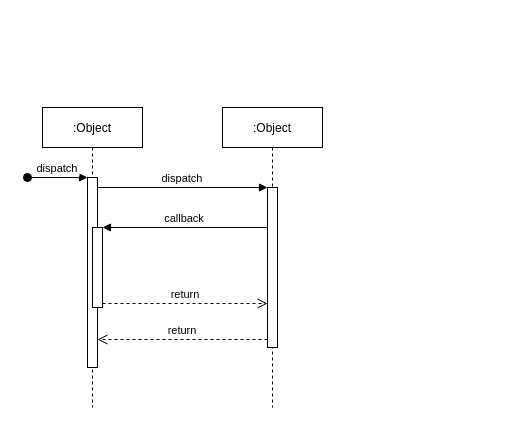
This is Sequence Diagram.drawio from sneekr-a/mental-health-app, a draw.io file, before an edit. Source tidied: cells renumbered, new cells numbered last; positions are measured from the earlier drawing's top-left corner, leaving out a move shared by most shapes. Both pictures are drawn from the tidied source at 100%, with x=0, y=0 at pixel (27, 107).
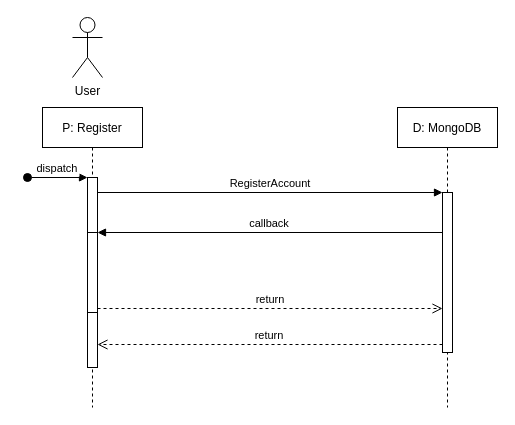
After the change.

Diff of the diagram source:
```diff
@@
 <mxGraphModel>
   <root>
     <mxCell id="0" />
     <mxCell id="1" parent="0" />
-    <mxCell id="2" value=":Object" style="shape=umlLifeline;perimeter=lifelinePerimeter;rounded=0;shadow=0;strokeWidth=1;" parent="1" vertex="1">
+    <mxCell id="2" value="P: Register" style="shape=umlLifeline;perimeter=lifelinePerimeter;rounded=0;shadow=0;strokeWidth=1;" parent="1" vertex="1">
       <mxGeometry x="15" width="100" height="300" as="geometry" />
     </mxCell>
     <mxCell id="3" style="points=[];perimeter=orthogonalPerimeter;rounded=0;shadow=0;strokeWidth=1;" parent="2" vertex="1">
       <mxGeometry x="45" y="70" width="10" height="190" as="geometry" />
     </mxCell>
     <mxCell id="4" value="dispatch" style="verticalAlign=bottom;startArrow=oval;endArrow=block;startSize=8;shadow=0;strokeWidth=1;" parent="2" edge="1" target="3">
       <mxGeometry relative="1" as="geometry">
         <mxPoint x="-15" y="70" as="sourcePoint" />
       </mxGeometry>
     </mxCell>
     <mxCell id="5" style="points=[];perimeter=orthogonalPerimeter;rounded=0;shadow=0;strokeWidth=1;" parent="2" vertex="1">
-      <mxGeometry x="50" y="120" width="10" height="80" as="geometry" />
+      <mxGeometry x="45" y="125" width="10" height="80" as="geometry" />
     </mxCell>
-    <mxCell id="6" value=":Object" style="shape=umlLifeline;perimeter=lifelinePerimeter;rounded=0;shadow=0;strokeWidth=1;" parent="1" vertex="1">
-      <mxGeometry x="195" width="100" height="300" as="geometry" />
+    <mxCell id="6" value="D: MongoDB" style="shape=umlLifeline;perimeter=lifelinePerimeter;rounded=0;shadow=0;strokeWidth=1;" parent="1" vertex="1">
+      <mxGeometry x="370" width="100" height="300" as="geometry" />
     </mxCell>
-    <mxCell id="7" style="points=[];perimeter=orthogonalPerimeter;rounded=0;shadow=0;strokeWidth=1;" parent="6" vertex="1">
-      <mxGeometry x="45" y="80" width="10" height="160" as="geometry" />
-    </mxCell>
     <mxCell id="8" value="return" style="verticalAlign=bottom;endArrow=open;dashed=1;endSize=8;exitX=0;exitY=0.95;shadow=0;strokeWidth=1;" parent="1" edge="1" source="7" target="3">
       <mxGeometry relative="1" as="geometry" />
     </mxCell>
-    <mxCell id="9" value="dispatch" style="verticalAlign=bottom;endArrow=block;entryX=0;entryY=0;shadow=0;strokeWidth=1;" parent="1" edge="1" source="3" target="7">
+    <mxCell id="9" value="RegisterAccount" style="verticalAlign=bottom;endArrow=block;entryX=0;entryY=0;shadow=0;strokeWidth=1;" parent="1" edge="1" source="3" target="7">
       <mxGeometry relative="1" as="geometry" />
     </mxCell>
     <mxCell id="10" value="callback" style="verticalAlign=bottom;endArrow=block;entryX=1;entryY=0;shadow=0;strokeWidth=1;" parent="1" edge="1" source="7" target="5">
       <mxGeometry relative="1" as="geometry" />
     </mxCell>
     <mxCell id="11" value="return" style="verticalAlign=bottom;endArrow=open;dashed=1;endSize=8;exitX=1;exitY=0.95;shadow=0;strokeWidth=1;" parent="1" edge="1" source="5" target="7">
       <mxGeometry relative="1" as="geometry" />
     </mxCell>
+    <mxCell id="12" value="User" style="shape=umlActor;verticalLabelPosition=bottom;verticalAlign=top;html=1;" parent="1" vertex="1">
+      <mxGeometry x="45" y="-90" width="30" height="60" as="geometry" />
+    </mxCell>
+    <mxCell id="7" style="points=[];perimeter=orthogonalPerimeter;rounded=0;shadow=0;strokeWidth=1;" parent="1" vertex="1">
+      <mxGeometry x="415" y="85" width="10" height="160" as="geometry" />
+    </mxCell>
   </root>
 </mxGraphModel>
```
